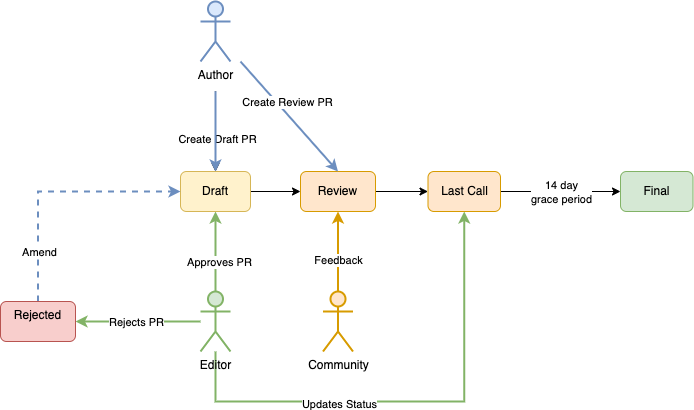
This is neps/assets/nep-0001/NEP-flow.png from near/NEPs, a draw.io export, as it was before one commit. Source tidied: cells renumbered, new cells last; positions are measured from the earlier drawing's top-left corner, leaving out a move shared by most shapes.
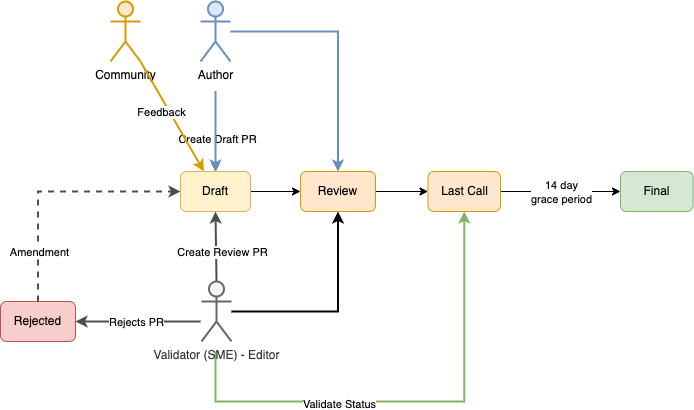
Above is the later version.

Commit message:
updated standards flow diagram

The edit, as a diff of the source:
```diff
@@ -15,41 +15,36 @@
         <mxPoint x="215" y="90" as="sourcePoint" />
       </mxGeometry>
     </mxCell>
+    <mxCell id="29" style="edgeStyle=orthogonalEdgeStyle;rounded=0;jettySize=auto;html=1;entryX=0.5;entryY=0;entryDx=0;entryDy=0;fillColor=#dae8fc;strokeColor=#6c8ebf;strokeWidth=2;" parent="1" edge="1" source="5" target="16">
+      <mxGeometry relative="1" as="geometry" />
+    </mxCell>
     <mxCell id="5" value="Author" style="shape=umlActor;verticalLabelPosition=bottom;verticalAlign=top;html=1;outlineConnect=0;fillColor=#dae8fc;strokeColor=#6c8ebf;strokeWidth=2;" parent="1" vertex="1">
       <mxGeometry x="200" width="30" height="60" as="geometry" />
     </mxCell>
-    <mxCell id="6" style="edgeStyle=orthogonalEdgeStyle;rounded=0;jettySize=auto;html=1;fillColor=#d5e8d4;strokeColor=#82b366;strokeWidth=2;" parent="1" edge="1" source="12" target="14">
-      <mxGeometry relative="1" as="geometry" />
-    </mxCell>
-    <mxCell id="7" value="Approves PR" style="edgeLabel;html=1;align=center;verticalAlign=middle;" parent="6" vertex="1">
-      <mxGeometry x="-0.1" y="-3" relative="1" as="geometry">
-        <mxPoint y="6" as="offset" />
-      </mxGeometry>
-    </mxCell>
-    <mxCell id="8" style="edgeStyle=orthogonalEdgeStyle;rounded=0;jettySize=auto;html=1;entryX=0.5;entryY=1;entryDx=0;entryDy=0;fillColor=#d5e8d4;strokeColor=#82b366;strokeWidth=2;" parent="1" edge="1" source="12" target="19">
+    <mxCell id="8" style="edgeStyle=orthogonalEdgeStyle;rounded=0;jettySize=auto;html=1;entryX=0.5;entryY=1;entryDx=0;entryDy=0;fillColor=#d5e8d4;strokeColor=#82b366;strokeWidth=2;" parent="1" edge="1" target="19">
       <mxGeometry relative="1" as="geometry">
+        <mxPoint x="215" y="350" as="sourcePoint" />
         <Array as="points">
           <mxPoint x="215" y="400" />
           <mxPoint x="464" y="400" />
         </Array>
       </mxGeometry>
     </mxCell>
-    <mxCell id="9" value="Updates Status" style="edgeLabel;html=1;align=center;verticalAlign=middle;" parent="8" vertex="1">
+    <mxCell id="9" value="Validate Status" style="edgeLabel;html=1;align=center;verticalAlign=middle;" parent="8" vertex="1">
       <mxGeometry x="-0.25" y="-2" relative="1" as="geometry">
         <mxPoint x="-10" as="offset" />
       </mxGeometry>
     </mxCell>
-    <mxCell id="10" style="edgeStyle=orthogonalEdgeStyle;rounded=0;jettySize=auto;html=1;fillColor=#d5e8d4;strokeColor=#82b366;strokeWidth=2;" parent="1" edge="1" source="12" target="28">
-      <mxGeometry relative="1" as="geometry" />
+    <mxCell id="10" style="edgeStyle=orthogonalEdgeStyle;rounded=0;jettySize=auto;html=1;fillColor=#d5e8d4;strokeColor=#4D4D4D;strokeWidth=2;" parent="1" edge="1" target="28">
+      <mxGeometry relative="1" as="geometry">
+        <mxPoint x="200" y="320" as="sourcePoint" />
+      </mxGeometry>
     </mxCell>
     <mxCell id="11" value="Rejects PR" style="edgeLabel;html=1;align=center;verticalAlign=middle;" parent="10" vertex="1">
       <mxGeometry x="-0.04" relative="1" as="geometry">
         <mxPoint x="-5" as="offset" />
       </mxGeometry>
     </mxCell>
-    <mxCell id="12" value="Editor" style="shape=umlActor;verticalLabelPosition=bottom;verticalAlign=top;html=1;outlineConnect=0;fillColor=#d5e8d4;strokeColor=#82b366;strokeWidth=2;" parent="1" vertex="1">
-      <mxGeometry x="200" y="290" width="30" height="60" as="geometry" />
-    </mxCell>
     <mxCell id="13" style="edgeStyle=orthogonalEdgeStyle;rounded=0;jettySize=auto;html=1;" parent="1" edge="1" source="14" target="16">
       <mxGeometry relative="1" as="geometry" />
     </mxCell>
@@ -73,38 +68,44 @@
     <mxCell id="19" value="Last Call" style="whiteSpace=wrap;html=1;rounded=1;fillColor=#ffe6cc;strokeColor=#d79b00;" parent="1" vertex="1">
       <mxGeometry x="427.5" y="170" width="72.5" height="40" as="geometry" />
     </mxCell>
-    <mxCell id="20" style="endArrow=classic;html=1;rounded=0;entryX=0.5;entryY=0;entryDx=0;entryDy=0;strokeWidth=2;fillColor=#dae8fc;strokeColor=#6c8ebf;" parent="1" edge="1" target="16">
-      <mxGeometry relative="1" as="geometry">
-        <mxPoint x="240" y="60" as="sourcePoint" />
-      </mxGeometry>
+    <mxCell id="20" style="endArrow=classic;html=1;rounded=0;entryX=0.5;entryY=1;entryDx=0;entryDy=0;strokeWidth=2;fillColor=#dae8fc;strokeColor=#4D4D4D;exitX=0.5;exitY=0;exitDx=0;exitDy=0;exitPerimeter=0;" parent="1" edge="1" source="31" target="14">
+      <mxGeometry relative="1" as="geometry" />
     </mxCell>
     <mxCell id="21" value="Create Review PR" style="edgeLabel;html=1;align=center;verticalAlign=middle;" parent="20" vertex="1">
       <mxGeometry x="0.19" relative="1" as="geometry">
-        <mxPoint x="-11" y="-25" as="offset" />
+        <mxPoint x="6" y="12" as="offset" />
       </mxGeometry>
     </mxCell>
     <mxCell id="22" value="Final" style="whiteSpace=wrap;html=1;rounded=1;fillColor=#d5e8d4;strokeColor=#82b366;" parent="1" vertex="1">
       <mxGeometry x="620" y="170" width="72.5" height="40" as="geometry" />
     </mxCell>
     <mxCell id="23" value="Community" style="shape=umlActor;verticalLabelPosition=bottom;verticalAlign=top;html=1;outlineConnect=0;fillColor=#ffe6cc;strokeColor=#d79b00;strokeWidth=2;" parent="1" vertex="1">
-      <mxGeometry x="322.5" y="290" width="30" height="60" as="geometry" />
+      <mxGeometry x="110" width="30" height="60" as="geometry" />
     </mxCell>
-    <mxCell id="24" style="endArrow=classic;html=1;rounded=0;exitX=0.5;exitY=0;exitDx=0;exitDy=0;exitPerimeter=0;entryX=0.5;entryY=1;entryDx=0;entryDy=0;fillColor=#ffe6cc;strokeColor=#d79b00;strokeWidth=2;" parent="1" edge="1" source="23" target="16">
+    <mxCell id="24" style="endArrow=classic;html=1;rounded=0;exitX=1;exitY=1;exitDx=0;exitDy=0;exitPerimeter=0;fillColor=#ffe6cc;strokeColor=#d79b00;strokeWidth=2;" parent="1" edge="1" source="23" target="14">
       <mxGeometry relative="1" as="geometry" />
     </mxCell>
     <mxCell id="25" value="Feedback" style="edgeLabel;html=1;align=center;verticalAlign=middle;" parent="24" vertex="1">
-      <mxGeometry x="-0.2" relative="1" as="geometry" />
+      <mxGeometry x="-0.2" relative="1" as="geometry">
+        <mxPoint x="-5" y="6" as="offset" />
+      </mxGeometry>
     </mxCell>
-    <mxCell id="26" style="edgeStyle=orthogonalEdgeStyle;rounded=0;jettySize=auto;html=1;exitX=0.5;exitY=0;exitDx=0;exitDy=0;entryX=0;entryY=0.5;entryDx=0;entryDy=0;dashed=1;strokeWidth=2;fillColor=#dae8fc;strokeColor=#6c8ebf;" parent="1" edge="1" source="28" target="14">
+    <mxCell id="26" style="edgeStyle=orthogonalEdgeStyle;rounded=0;jettySize=auto;html=1;exitX=0.5;exitY=0;exitDx=0;exitDy=0;entryX=0;entryY=0.5;entryDx=0;entryDy=0;dashed=1;strokeWidth=2;fillColor=#dae8fc;strokeColor=#4D4D4D;" parent="1" edge="1" source="28" target="14">
       <mxGeometry relative="1" as="geometry" />
     </mxCell>
-    <mxCell id="27" value="Amend" style="edgeLabel;html=1;align=center;verticalAlign=middle;" parent="26" vertex="1">
+    <mxCell id="27" value="Amendment" style="edgeLabel;html=1;align=center;verticalAlign=middle;" parent="26" vertex="1">
       <mxGeometry x="-0.6" relative="1" as="geometry">
         <mxPoint x="1" as="offset" />
       </mxGeometry>
     </mxCell>
-    <mxCell id="28" value="Rejected" style="rounded=1;whiteSpace=wrap;html=1;verticalAlign=top;fillColor=#f8cecc;strokeColor=#b85450;strokeWidth=1;" parent="1" vertex="1">
+    <mxCell id="28" value="Rejected" style="rounded=1;whiteSpace=wrap;html=1;verticalAlign=middle;fillColor=#f8cecc;strokeColor=#b85450;strokeWidth=1;" parent="1" vertex="1">
       <mxGeometry y="300" width="75" height="40" as="geometry" />
     </mxCell>
+    <mxCell id="30" style="edgeStyle=orthogonalEdgeStyle;rounded=0;jettySize=auto;html=1;strokeWidth=2;" parent="1" edge="1" source="31" target="16">
+      <mxGeometry relative="1" as="geometry" />
+    </mxCell>
+    <mxCell id="31" value="Validator (SME) - Editor" style="shape=umlActor;verticalLabelPosition=bottom;verticalAlign=top;html=1;outlineConnect=0;fillColor=#f5f5f5;strokeColor=#666666;strokeWidth=2;fontColor=#333333;" parent="1" vertex="1">
+      <mxGeometry x="201" y="280" width="30" height="60" as="geometry" />
+    </mxCell>
   </root>
 </mxGraphModel>
```
